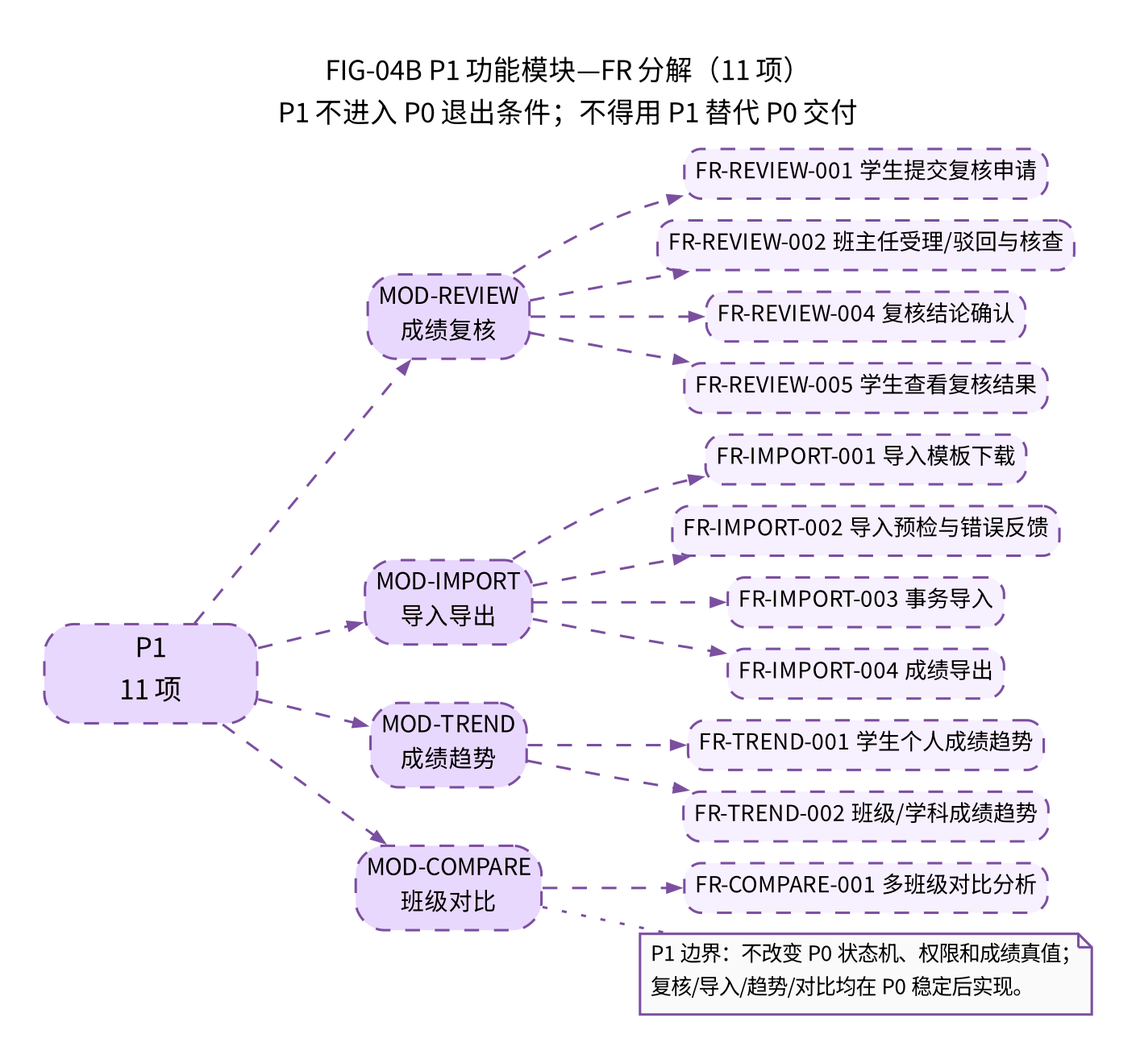
Before: docs/requirements/diagrams/png/FIG-04B-P1功能FR分解.png, a diagram exported from Graphviz (Creepppper/Student_System). Its source is kept beside it as docs/requirements/diagrams/source/FIG-04B-P1功能FR分解.dot.
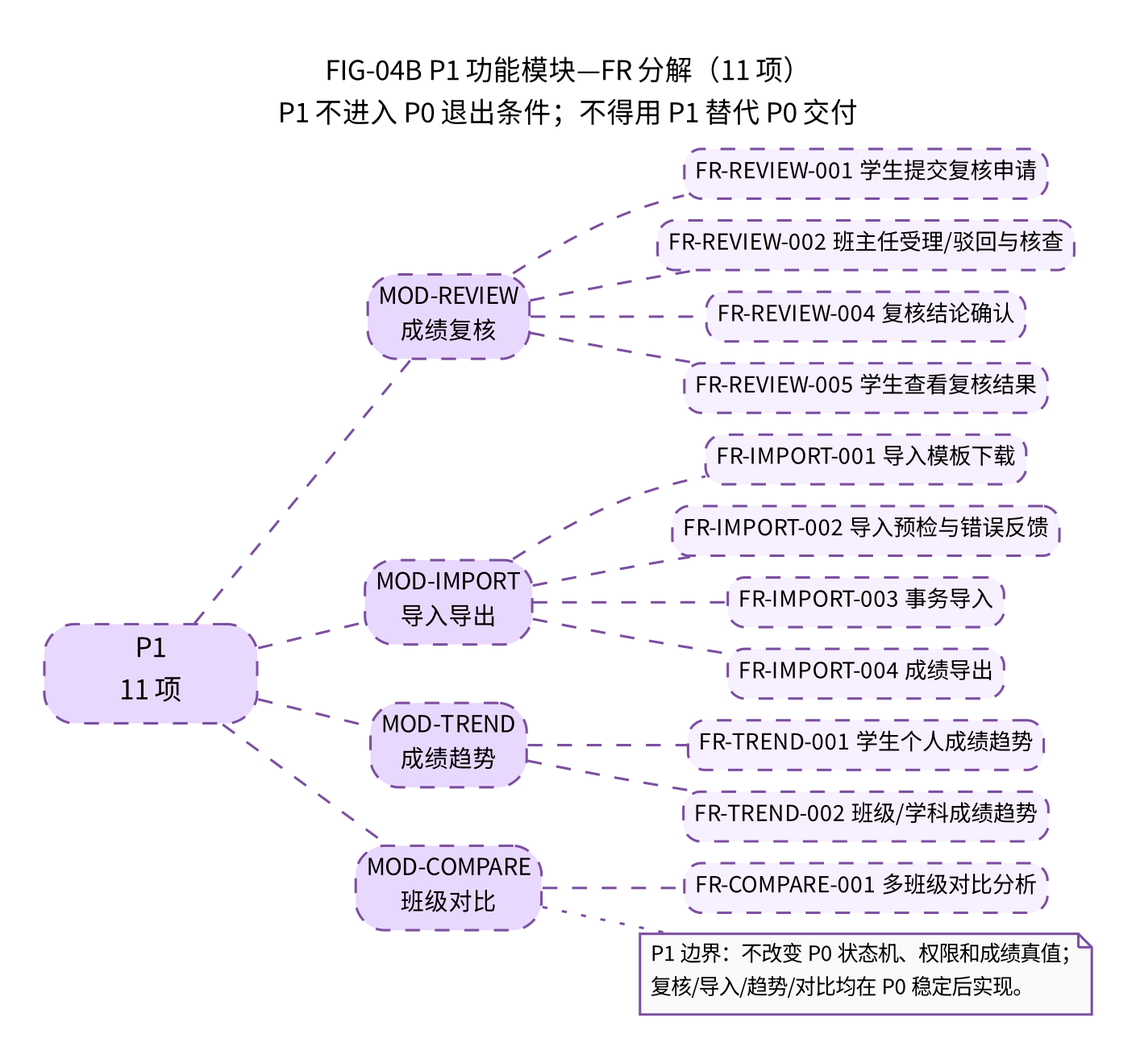
The same file after the commit.

What changed in the source:
```diff
@@ -4,7 +4,7 @@
          label="FIG-04B P1 功能模块—FR 分解（11 项）\nP1 不进入 P0 退出条件；不得用 P1 替代 P0 交付", dpi=200];
   node [fontname="Noto Sans CJK SC", fontsize=9, shape=box, style="rounded,dashed,filled",
         fillcolor="#F7F0FF", color="#7B4FA0", margin="0.06,0.04", height=0.28];
-  edge [fontname="Noto Sans CJK SC", fontsize=7.5, color="#7B4FA0", arrowsize=0.5];
+  edge [fontname="Noto Sans CJK SC", fontsize=7.5, color="#7B4FA0", arrowsize=0.4, arrowhead=none];
 
   ROOT [label="P1\n11 项", shape=box, style="rounded,dashed,filled", fillcolor="#E9D8FD", color="#7B4FA0", fontsize=11, width=1.2];
 
```
